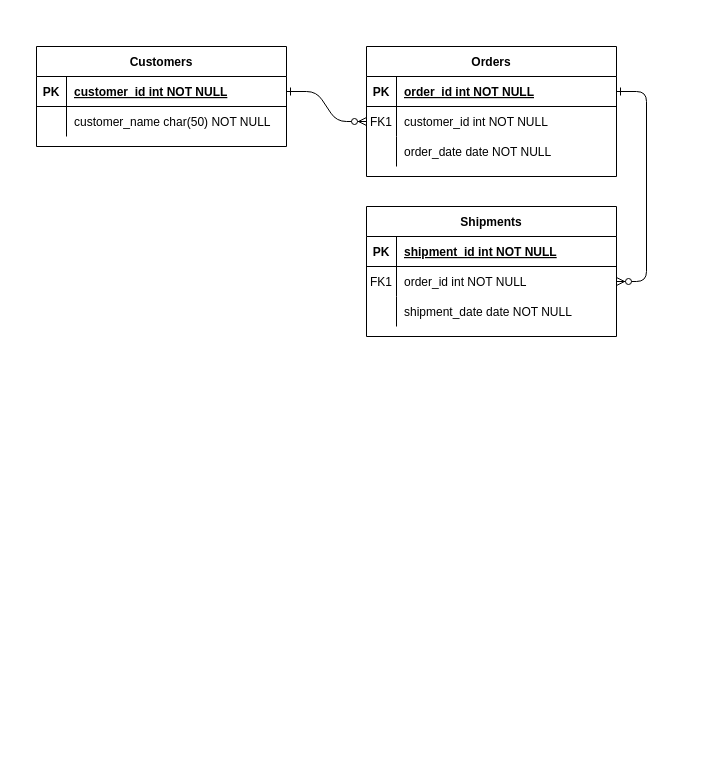
Earlier version of the draw.io diagram Diagram/Entity Relationship Diagram.drawio (jonathanha52/SE104.L23.PMCL). Source tidied: cells renumbered, new cells numbered last; positions are measured from the earlier drawing's top-left corner, leaving out a move shared by most shapes. Both pictures are drawn from the tidied source at 100%, with x=0, y=0 at pixel (36, 46).
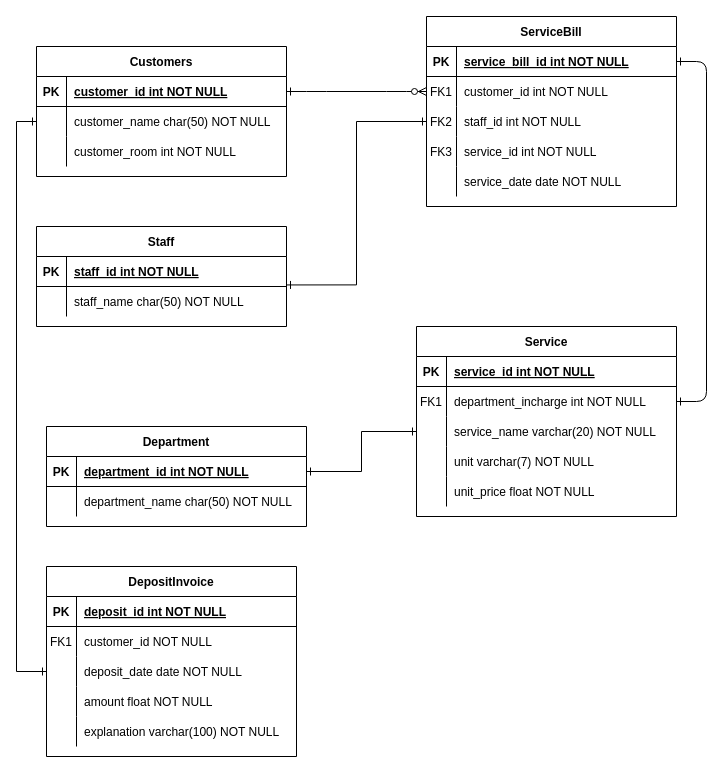
Above is the later version.

Unchanged cells that the change refers to:
```xml
<mxCell id="5" style="shape=partialRectangle;fillColor=none;points=[[0,0.5],[1,0.5]];portConstraint=eastwest;top=0;left=0;right=0;bottom=1;" parent="4" vertex="1">
  <mxGeometry y="30" width="250" height="30" as="geometry" />
</mxCell>
<mxCell id="28" style="shape=partialRectangle;fillColor=none;points=[[0,0.5],[1,0.5]];portConstraint=eastwest;top=0;left=0;right=0;bottom=0;" parent="24" vertex="1">
  <mxGeometry y="60" width="250" height="30" as="geometry" />
</mxCell>
```

What changed in the source:
```diff
@@
-    <mxCell id="3" style="edgeStyle=entityRelationEdgeStyle;endArrow=ERzeroToMany;startArrow=ERone;endFill=1;startFill=0;" parent="1" edge="1" source="5" target="18">
+    <mxCell id="3" style="edgeStyle=entityRelationEdgeStyle;endArrow=ERone;startArrow=ERone;endFill=0;startFill=0;" parent="1" edge="1" source="5" target="18">
       <mxGeometry relative="1" as="geometry" />
     </mxCell>
-    <mxCell id="4" value="Orders" style="shape=table;startSize=30;childLayout=tableLayout;rowLines=0;fontStyle=1;align=center;" parent="1" vertex="1">
-      <mxGeometry x="330" width="250" height="130" as="geometry" />
+    <mxCell id="4" value="ServiceBill" style="shape=table;startSize=30;childLayout=tableLayout;rowLines=0;fontStyle=1;align=center;" parent="1" vertex="1">
+      <mxGeometry x="390" y="-30" width="250" height="190" as="geometry" />
     </mxCell>
@@
-    <mxCell id="7" value="order_id int NOT NULL " style="shape=partialRectangle;overflow=hidden;fillColor=none;top=0;left=0;bottom=0;right=0;align=left;spacingLeft=6;fontStyle=5;" parent="5" vertex="1">
+    <mxCell id="7" value="service_bill_id int NOT NULL " style="shape=partialRectangle;overflow=hidden;fillColor=none;top=0;left=0;bottom=0;right=0;align=left;spacingLeft=6;fontStyle=5;" parent="5" vertex="1">
       <mxGeometry x="30" width="220" height="30" as="geometry" />
     </mxCell>
@@
+    <mxCell id="31" style="shape=partialRectangle;fillColor=none;points=[[0,0.5],[1,0.5]];portConstraint=eastwest;top=0;left=0;right=0;bottom=0;" parent="4" vertex="1">
+      <mxGeometry y="90" width="250" height="30" as="geometry" />
+    </mxCell>
+    <mxCell id="32" value="FK2" style="shape=partialRectangle;overflow=hidden;fillColor=none;top=0;left=0;bottom=0;right=0;" parent="31" vertex="1">
+      <mxGeometry width="30" height="30" as="geometry" />
+    </mxCell>
+    <mxCell id="33" value="staff_id int NOT NULL" style="shape=partialRectangle;overflow=hidden;fillColor=none;top=0;left=0;bottom=0;right=0;align=left;spacingLeft=6;" parent="31" vertex="1">
+      <mxGeometry x="30" width="220" height="30" as="geometry" />
+    </mxCell>
+    <mxCell id="34" style="shape=partialRectangle;fillColor=none;top=0;left=0;right=0;bottom=0;" parent="4" vertex="1">
+      <mxGeometry y="120" width="250" height="30" as="geometry" />
+    </mxCell>
+    <mxCell id="35" value="FK3" style="shape=partialRectangle;overflow=hidden;fillColor=none;top=0;left=0;bottom=0;right=0;" parent="34" vertex="1">
+      <mxGeometry width="30" height="30" as="geometry" />
+    </mxCell>
+    <mxCell id="36" value="service_id int NOT NULL" style="shape=partialRectangle;overflow=hidden;fillColor=none;top=0;left=0;bottom=0;right=0;align=left;spacingLeft=6;" parent="34" vertex="1">
+      <mxGeometry x="30" width="220" height="30" as="geometry" />
+    </mxCell>
     <mxCell id="11" style="shape=partialRectangle;fillColor=none;top=0;left=0;right=0;bottom=0;" parent="4" vertex="1">
-      <mxGeometry y="90" width="250" height="30" as="geometry" />
+      <mxGeometry y="150" width="250" height="30" as="geometry" />
     </mxCell>
@@
-    <mxCell id="13" value="order_date date NOT NULL" style="shape=partialRectangle;overflow=hidden;fillColor=none;top=0;left=0;bottom=0;right=0;align=left;spacingLeft=6;" parent="11" vertex="1">
+    <mxCell id="13" value="service_date date NOT NULL" style="shape=partialRectangle;overflow=hidden;fillColor=none;top=0;left=0;bottom=0;right=0;align=left;spacingLeft=6;" parent="11" vertex="1">
       <mxGeometry x="30" width="220" height="30" as="geometry" />
     </mxCell>
-    <mxCell id="14" value="Shipments" style="shape=table;startSize=30;childLayout=tableLayout;rowLines=0;fontStyle=1;align=center;" parent="1" vertex="1">
-      <mxGeometry x="330" y="160" width="250" height="130" as="geometry" />
+    <mxCell id="14" value="Service" style="shape=table;startSize=30;childLayout=tableLayout;rowLines=0;fontStyle=1;align=center;" parent="1" vertex="1">
+      <mxGeometry x="380" y="280" width="260" height="190" as="geometry" />
     </mxCell>
     <mxCell id="15" style="shape=partialRectangle;fillColor=none;top=0;left=0;right=0;bottom=1;" parent="14" vertex="1">
-      <mxGeometry y="30" width="250" height="30" as="geometry" />
+      <mxGeometry y="30" width="260" height="30" as="geometry" />
     </mxCell>
@@
-    <mxCell id="17" value="shipment_id int NOT NULL " style="shape=partialRectangle;overflow=hidden;fillColor=none;top=0;left=0;bottom=0;right=0;align=left;spacingLeft=6;fontStyle=5;" parent="15" vertex="1">
-      <mxGeometry x="30" width="220" height="30" as="geometry" />
+    <mxCell id="17" value="service_id int NOT NULL " style="shape=partialRectangle;overflow=hidden;fillColor=none;top=0;left=0;bottom=0;right=0;align=left;spacingLeft=6;fontStyle=5;" parent="15" vertex="1">
+      <mxGeometry x="30" width="230" height="30" as="geometry" />
     </mxCell>
     <mxCell id="18" style="shape=partialRectangle;fillColor=none;points=[[0,0.5],[1,0.5]];portConstraint=eastwest;top=0;left=0;right=0;bottom=0;" parent="14" vertex="1">
-      <mxGeometry y="60" width="250" height="30" as="geometry" />
+      <mxGeometry y="60" width="260" height="30" as="geometry" />
     </mxCell>
@@
-    <mxCell id="20" value="order_id int NOT NULL" style="shape=partialRectangle;overflow=hidden;fillColor=none;top=0;left=0;bottom=0;right=0;align=left;spacingLeft=6;" parent="18" vertex="1">
-      <mxGeometry x="30" width="220" height="30" as="geometry" />
+    <mxCell id="20" value="department_incharge int NOT NULL" style="shape=partialRectangle;overflow=hidden;fillColor=none;top=0;left=0;bottom=0;right=0;align=left;spacingLeft=6;" parent="18" vertex="1">
+      <mxGeometry x="30" width="230" height="30" as="geometry" />
     </mxCell>
-    <mxCell id="21" style="shape=partialRectangle;fillColor=none;top=0;left=0;right=0;bottom=0;" parent="14" vertex="1">
-      <mxGeometry y="90" width="250" height="30" as="geometry" />
-    </mxCell>
-    <mxCell id="22" style="shape=partialRectangle;overflow=hidden;fillColor=none;top=0;left=0;bottom=0;right=0;" parent="21" vertex="1">
-      <mxGeometry width="30" height="30" as="geometry" />
-    </mxCell>
-    <mxCell id="23" value="shipment_date date NOT NULL" style="shape=partialRectangle;overflow=hidden;fillColor=none;top=0;left=0;bottom=0;right=0;align=left;spacingLeft=6;" parent="21" vertex="1">
-      <mxGeometry x="30" width="220" height="30" as="geometry" />
-    </mxCell>
+    <mxCell id="37" style="shape=partialRectangle;fillColor=none;points=[[0,0.5],[1,0.5]];portConstraint=eastwest;top=0;left=0;right=0;bottom=0;" parent="14" vertex="1">
+      <mxGeometry y="90" width="260" height="30" as="geometry" />
+    </mxCell>
+    <mxCell id="38" style="shape=partialRectangle;overflow=hidden;fillColor=none;top=0;left=0;bottom=0;right=0;" parent="37" vertex="1">
+      <mxGeometry width="30" height="30" as="geometry" />
+    </mxCell>
+    <mxCell id="39" value="service_name varchar(20) NOT NULL" style="shape=partialRectangle;overflow=hidden;fillColor=none;top=0;left=0;bottom=0;right=0;align=left;spacingLeft=6;" parent="37" vertex="1">
+      <mxGeometry x="30" width="230" height="30" as="geometry" />
+    </mxCell>
+    <mxCell id="40" style="shape=partialRectangle;fillColor=none;top=0;left=0;right=0;bottom=0;" parent="14" vertex="1">
+      <mxGeometry y="120" width="260" height="30" as="geometry" />
+    </mxCell>
+    <mxCell id="41" style="shape=partialRectangle;overflow=hidden;fillColor=none;top=0;left=0;bottom=0;right=0;" parent="40" vertex="1">
+      <mxGeometry width="30" height="30" as="geometry" />
+    </mxCell>
+    <mxCell id="42" value="unit varchar(7) NOT NULL" style="shape=partialRectangle;overflow=hidden;fillColor=none;top=0;left=0;bottom=0;right=0;align=left;spacingLeft=6;" parent="40" vertex="1">
+      <mxGeometry x="30" width="230" height="30" as="geometry" />
+    </mxCell>
+    <mxCell id="43" style="shape=partialRectangle;fillColor=none;top=0;left=0;right=0;bottom=0;" parent="14" vertex="1">
+      <mxGeometry y="150" width="260" height="30" as="geometry" />
+    </mxCell>
+    <mxCell id="44" style="shape=partialRectangle;overflow=hidden;fillColor=none;top=0;left=0;bottom=0;right=0;" parent="43" vertex="1">
+      <mxGeometry width="30" height="30" as="geometry" />
+    </mxCell>
+    <mxCell id="45" value="unit_price float NOT NULL" style="shape=partialRectangle;overflow=hidden;fillColor=none;top=0;left=0;bottom=0;right=0;align=left;spacingLeft=6;" parent="43" vertex="1">
+      <mxGeometry x="30" width="230" height="30" as="geometry" />
+    </mxCell>
     <mxCell id="24" value="Customers" style="shape=table;startSize=30;childLayout=tableLayout;rowLines=0;fontStyle=1;align=center;" parent="1" vertex="1">
-      <mxGeometry width="250" height="100" as="geometry" />
+      <mxGeometry width="250" height="130" as="geometry" />
     </mxCell>
@@
+    <mxCell id="46" style="shape=partialRectangle;fillColor=none;top=0;left=0;right=0;bottom=0;" parent="24" vertex="1">
+      <mxGeometry y="90" width="250" height="30" as="geometry" />
+    </mxCell>
+    <mxCell id="47" style="shape=partialRectangle;overflow=hidden;fillColor=none;top=0;left=0;bottom=0;right=0;" parent="46" vertex="1">
+      <mxGeometry width="30" height="30" as="geometry" />
+    </mxCell>
+    <mxCell id="48" value="customer_room int NOT NULL" style="shape=partialRectangle;overflow=hidden;fillColor=none;top=0;left=0;bottom=0;right=0;align=left;spacingLeft=6;" parent="46" vertex="1">
+      <mxGeometry x="30" width="220" height="30" as="geometry" />
+    </mxCell>
+    <mxCell id="49" value="Staff" style="shape=table;startSize=30;childLayout=tableLayout;rowLines=0;fontStyle=1;align=center;" parent="1" vertex="1">
+      <mxGeometry y="180" width="250" height="100" as="geometry" />
+    </mxCell>
+    <mxCell id="50" style="shape=partialRectangle;fillColor=none;top=0;left=0;right=0;bottom=1;" parent="49" vertex="1">
+      <mxGeometry y="30" width="250" height="30" as="geometry" />
+    </mxCell>
+    <mxCell id="51" value="PK" style="shape=partialRectangle;overflow=hidden;fillColor=none;top=0;left=0;bottom=0;right=0;fontStyle=1;" parent="50" vertex="1">
+      <mxGeometry width="30" height="30" as="geometry" />
+    </mxCell>
+    <mxCell id="52" value="staff_id int NOT NULL " style="shape=partialRectangle;overflow=hidden;fillColor=none;top=0;left=0;bottom=0;right=0;align=left;spacingLeft=6;fontStyle=5;" parent="50" vertex="1">
+      <mxGeometry x="30" width="220" height="30" as="geometry" />
+    </mxCell>
+    <mxCell id="53" style="shape=partialRectangle;fillColor=none;points=[[0,0.5],[1,0.5]];portConstraint=eastwest;top=0;left=0;right=0;bottom=0;" parent="49" vertex="1">
+      <mxGeometry y="60" width="250" height="30" as="geometry" />
+    </mxCell>
+    <mxCell id="54" style="shape=partialRectangle;overflow=hidden;fillColor=none;top=0;left=0;bottom=0;right=0;" parent="53" vertex="1">
+      <mxGeometry width="30" height="30" as="geometry" />
+    </mxCell>
+    <mxCell id="55" value="staff_name char(50) NOT NULL" style="shape=partialRectangle;overflow=hidden;fillColor=none;top=0;left=0;bottom=0;right=0;align=left;spacingLeft=6;" parent="53" vertex="1">
+      <mxGeometry x="30" width="220" height="30" as="geometry" />
+    </mxCell>
+    <mxCell id="56" value="Department" style="shape=table;startSize=30;childLayout=tableLayout;rowLines=0;fontStyle=1;align=center;" parent="1" vertex="1">
+      <mxGeometry x="10" y="380" width="260" height="100" as="geometry" />
+    </mxCell>
+    <mxCell id="57" style="shape=partialRectangle;fillColor=none;points=[[0,0.5],[1,0.5]];portConstraint=eastwest;top=0;left=0;right=0;bottom=1;" parent="56" vertex="1">
+      <mxGeometry y="30" width="260" height="30" as="geometry" />
+    </mxCell>
+    <mxCell id="58" value="PK" style="shape=partialRectangle;overflow=hidden;fillColor=none;top=0;left=0;bottom=0;right=0;fontStyle=1;" parent="57" vertex="1">
+      <mxGeometry width="30" height="30" as="geometry" />
+    </mxCell>
+    <mxCell id="59" value="department_id int NOT NULL " style="shape=partialRectangle;overflow=hidden;fillColor=none;top=0;left=0;bottom=0;right=0;align=left;spacingLeft=6;fontStyle=5;" parent="57" vertex="1">
+      <mxGeometry x="30" width="230" height="30" as="geometry" />
+    </mxCell>
+    <mxCell id="60" style="shape=partialRectangle;fillColor=none;top=0;left=0;right=0;bottom=0;" parent="56" vertex="1">
+      <mxGeometry y="60" width="260" height="30" as="geometry" />
+    </mxCell>
+    <mxCell id="61" style="shape=partialRectangle;overflow=hidden;fillColor=none;top=0;left=0;bottom=0;right=0;" parent="60" vertex="1">
+      <mxGeometry width="30" height="30" as="geometry" />
+    </mxCell>
+    <mxCell id="62" value="department_name char(50) NOT NULL" style="shape=partialRectangle;overflow=hidden;fillColor=none;top=0;left=0;bottom=0;right=0;align=left;spacingLeft=6;" parent="60" vertex="1">
+      <mxGeometry x="30" width="230" height="30" as="geometry" />
+    </mxCell>
+    <mxCell id="63" value="DepositInvoice" style="shape=table;startSize=30;childLayout=tableLayout;rowLines=0;fontStyle=1;align=center;" parent="1" vertex="1">
+      <mxGeometry x="10" y="520" width="250" height="190" as="geometry" />
+    </mxCell>
+    <mxCell id="64" style="shape=partialRectangle;fillColor=none;top=0;left=0;right=0;bottom=1;" parent="63" vertex="1">
+      <mxGeometry y="30" width="250" height="30" as="geometry" />
+    </mxCell>
+    <mxCell id="65" value="PK" style="shape=partialRectangle;overflow=hidden;fillColor=none;top=0;left=0;bottom=0;right=0;fontStyle=1;" parent="64" vertex="1">
+      <mxGeometry width="30" height="30" as="geometry" />
+    </mxCell>
+    <mxCell id="66" value="deposit_id int NOT NULL " style="shape=partialRectangle;overflow=hidden;fillColor=none;top=0;left=0;bottom=0;right=0;align=left;spacingLeft=6;fontStyle=5;" parent="64" vertex="1">
+      <mxGeometry x="30" width="220" height="30" as="geometry" />
+    </mxCell>
+    <mxCell id="67" style="shape=partialRectangle;fillColor=none;top=0;left=0;right=0;bottom=0;" parent="63" vertex="1">
+      <mxGeometry y="60" width="250" height="30" as="geometry" />
+    </mxCell>
+    <mxCell id="68" value="FK1" style="shape=partialRectangle;overflow=hidden;fillColor=none;top=0;left=0;bottom=0;right=0;" parent="67" vertex="1">
+      <mxGeometry width="30" height="30" as="geometry" />
+    </mxCell>
+    <mxCell id="69" value="customer_id NOT NULL" style="shape=partialRectangle;overflow=hidden;fillColor=none;top=0;left=0;bottom=0;right=0;align=left;spacingLeft=6;" parent="67" vertex="1">
+      <mxGeometry x="30" width="220" height="30" as="geometry" />
+    </mxCell>
+    <mxCell id="70" style="shape=partialRectangle;fillColor=none;points=[[0,0.5],[1,0.5]];portConstraint=eastwest;top=0;left=0;right=0;bottom=0;" parent="63" vertex="1">
+      <mxGeometry y="90" width="250" height="30" as="geometry" />
+    </mxCell>
+    <mxCell id="71" style="shape=partialRectangle;overflow=hidden;fillColor=none;top=0;left=0;bottom=0;right=0;" parent="70" vertex="1">
+      <mxGeometry width="30" height="30" as="geometry" />
+    </mxCell>
+    <mxCell id="72" value="deposit_date date NOT NULL" style="shape=partialRectangle;overflow=hidden;fillColor=none;top=0;left=0;bottom=0;right=0;align=left;spacingLeft=6;" parent="70" vertex="1">
+      <mxGeometry x="30" width="220" height="30" as="geometry" />
+    </mxCell>
+    <mxCell id="73" style="shape=partialRectangle;fillColor=none;top=0;left=0;right=0;bottom=0;" parent="63" vertex="1">
+      <mxGeometry y="120" width="250" height="30" as="geometry" />
+    </mxCell>
+    <mxCell id="74" style="shape=partialRectangle;overflow=hidden;fillColor=none;top=0;left=0;bottom=0;right=0;" parent="73" vertex="1">
+      <mxGeometry width="30" height="30" as="geometry" />
+    </mxCell>
+    <mxCell id="75" value="amount float NOT NULL" style="shape=partialRectangle;overflow=hidden;fillColor=none;top=0;left=0;bottom=0;right=0;align=left;spacingLeft=6;" parent="73" vertex="1">
+      <mxGeometry x="30" width="220" height="30" as="geometry" />
+    </mxCell>
+    <mxCell id="76" style="shape=partialRectangle;fillColor=none;top=0;left=0;right=0;bottom=0;" parent="63" vertex="1">
+      <mxGeometry y="150" width="250" height="30" as="geometry" />
+    </mxCell>
+    <mxCell id="77" style="shape=partialRectangle;overflow=hidden;fillColor=none;top=0;left=0;bottom=0;right=0;" parent="76" vertex="1">
+      <mxGeometry width="30" height="30" as="geometry" />
+    </mxCell>
+    <mxCell id="78" value="explanation varchar(100) NOT NULL" style="shape=partialRectangle;overflow=hidden;fillColor=none;top=0;left=0;bottom=0;right=0;align=left;spacingLeft=6;" parent="76" vertex="1">
+      <mxGeometry x="30" width="220" height="30" as="geometry" />
+    </mxCell>
+    <mxCell id="79" style="edgeStyle=orthogonalEdgeStyle;rounded=0;jettySize=auto;html=1;exitX=0;exitY=0.5;exitDx=0;exitDy=0;entryX=1;entryY=-0.052;entryDx=0;entryDy=0;entryPerimeter=0;endArrow=ERone;endFill=0;startArrow=ERone;startFill=0;" parent="1" edge="1" source="31" target="53">
+      <mxGeometry relative="1" as="geometry" />
+    </mxCell>
+    <mxCell id="80" style="edgeStyle=orthogonalEdgeStyle;rounded=0;jettySize=auto;html=1;exitX=0;exitY=0.5;exitDx=0;exitDy=0;entryX=1;entryY=0.5;entryDx=0;entryDy=0;startArrow=ERone;startFill=0;endArrow=ERone;endFill=0;" parent="1" edge="1" source="37" target="57">
+      <mxGeometry relative="1" as="geometry" />
+    </mxCell>
+    <mxCell id="81" style="edgeStyle=orthogonalEdgeStyle;rounded=0;jettySize=auto;html=1;exitX=0;exitY=0.5;exitDx=0;exitDy=0;startArrow=ERone;startFill=0;endArrow=ERone;endFill=0;entryX=0;entryY=0.5;entryDx=0;entryDy=0;" parent="1" edge="1" source="28" target="70">
+      <mxGeometry relative="1" as="geometry" />
+    </mxCell>
```
